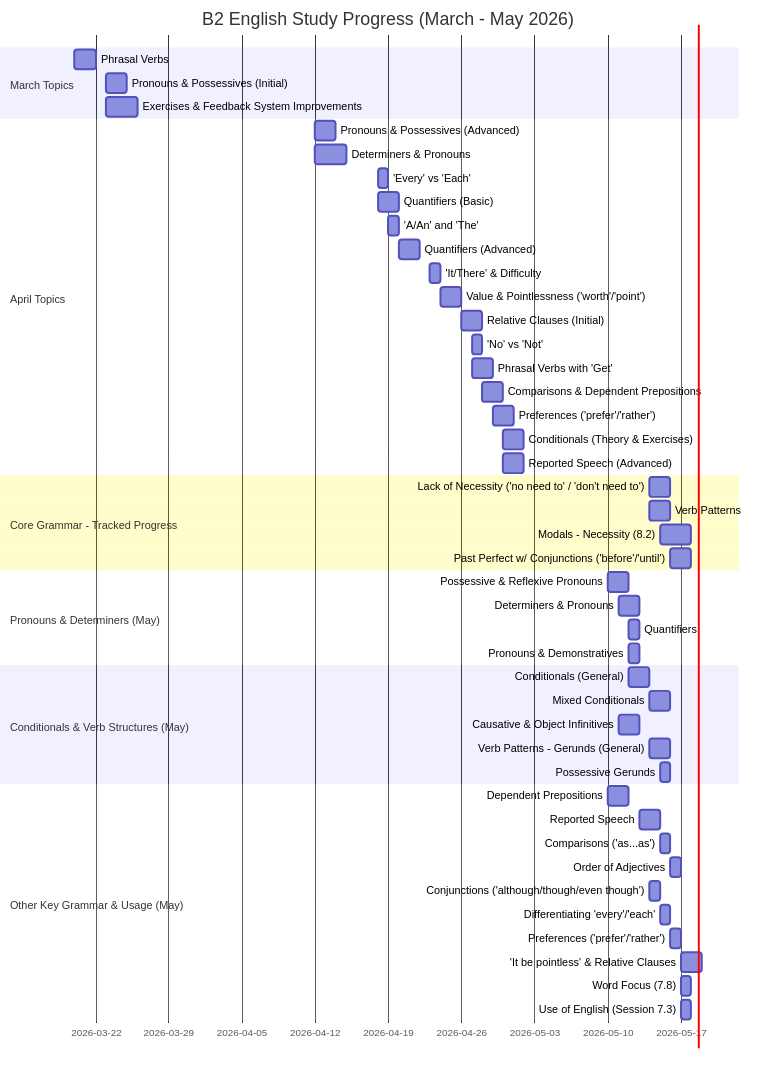
The Mermaid diagram study_gantt.png in kiquetal/study-b2-cambridge, before a commit. Its source is kept beside it as study_gantt.mmd.
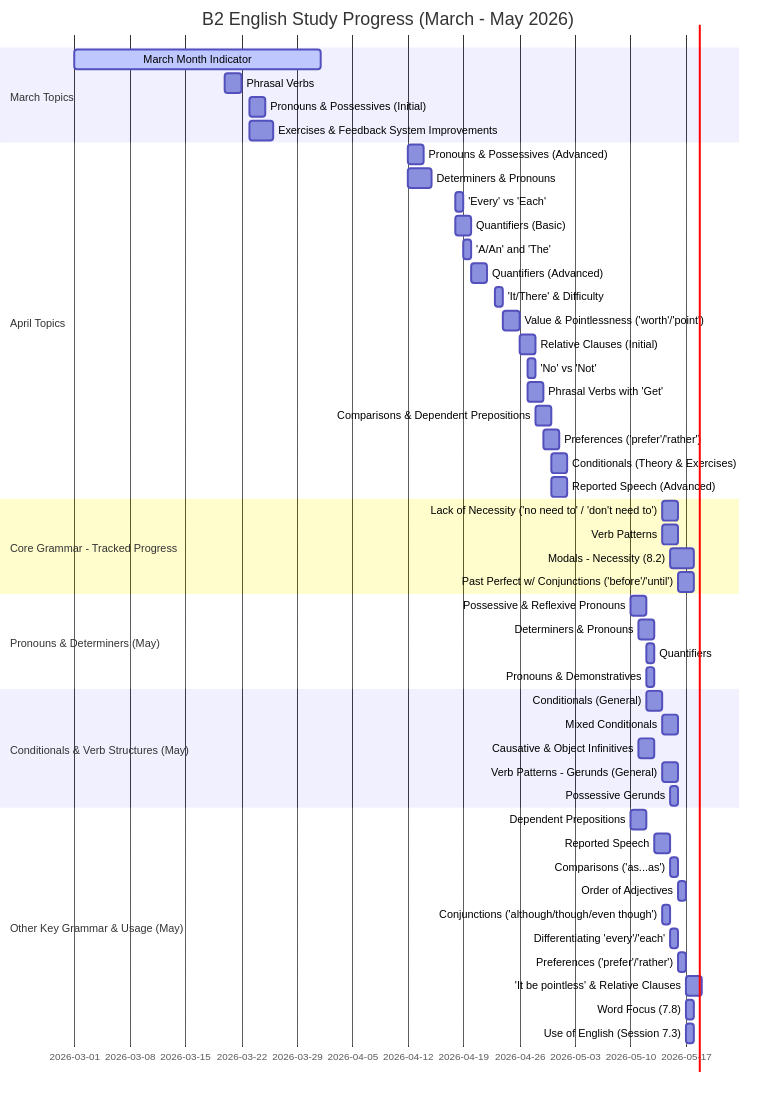
The same diagram one commit later.

Commit message:
Fix: Enhance March visibility in Gantt chart with month indicator

What changed in the source:
```diff
@@ -3,6 +3,7 @@
     title       B2 English Study Progress (March - May 2026)
 
     section March Topics
+    March Month Indicator                              :active, 2026-03-01, 31d
     Phrasal Verbs                                      :idM1, 2026-03-20, 2d
     Pronouns & Possessives (Initial)                   :idM2, 2026-03-23, 2d
     Exercises & Feedback System Improvements           :idM3, 2026-03-23, 3d
```
